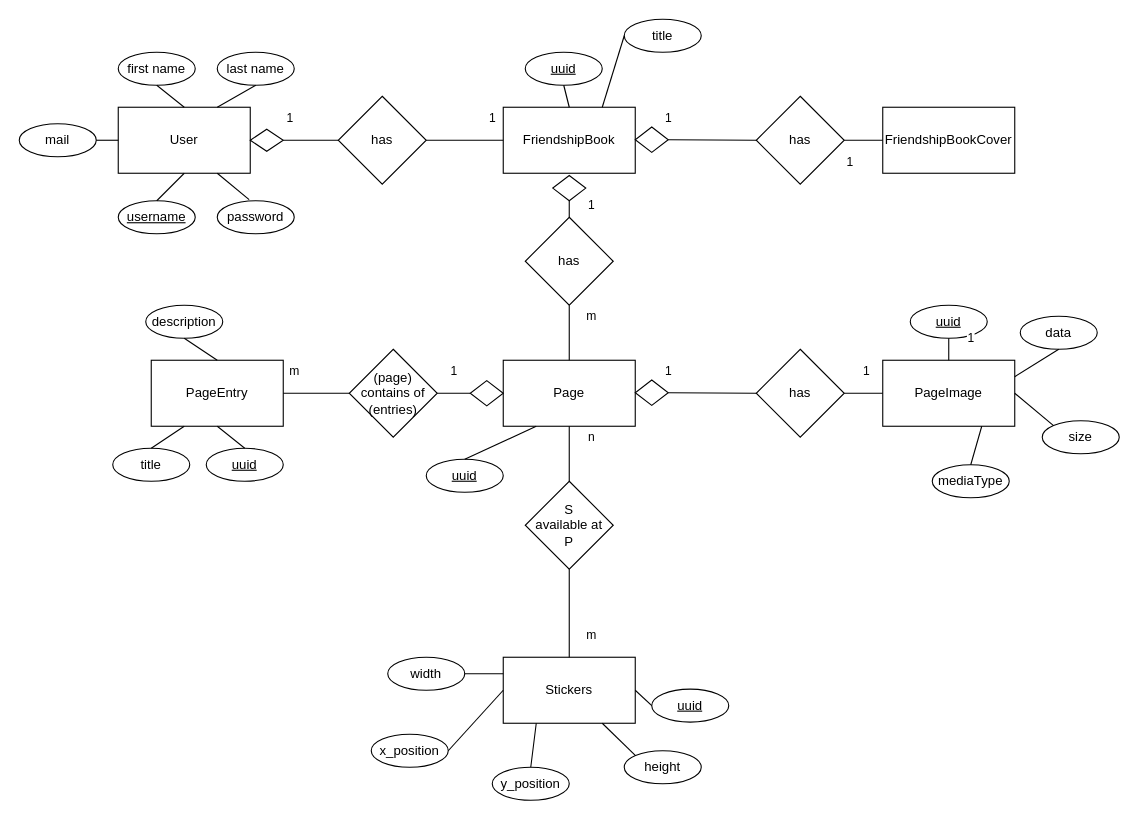
This is design/DatabaseERM.drawio from ninjeanne/bookly, a draw.io file, before an edit. Source tidied: cells renumbered, new cells numbered last; positions are measured from the earlier drawing's top-left corner, leaving out a move shared by most shapes. Both pictures are drawn from the tidied source at 110%, with x=0, y=0 at pixel (19, 19).
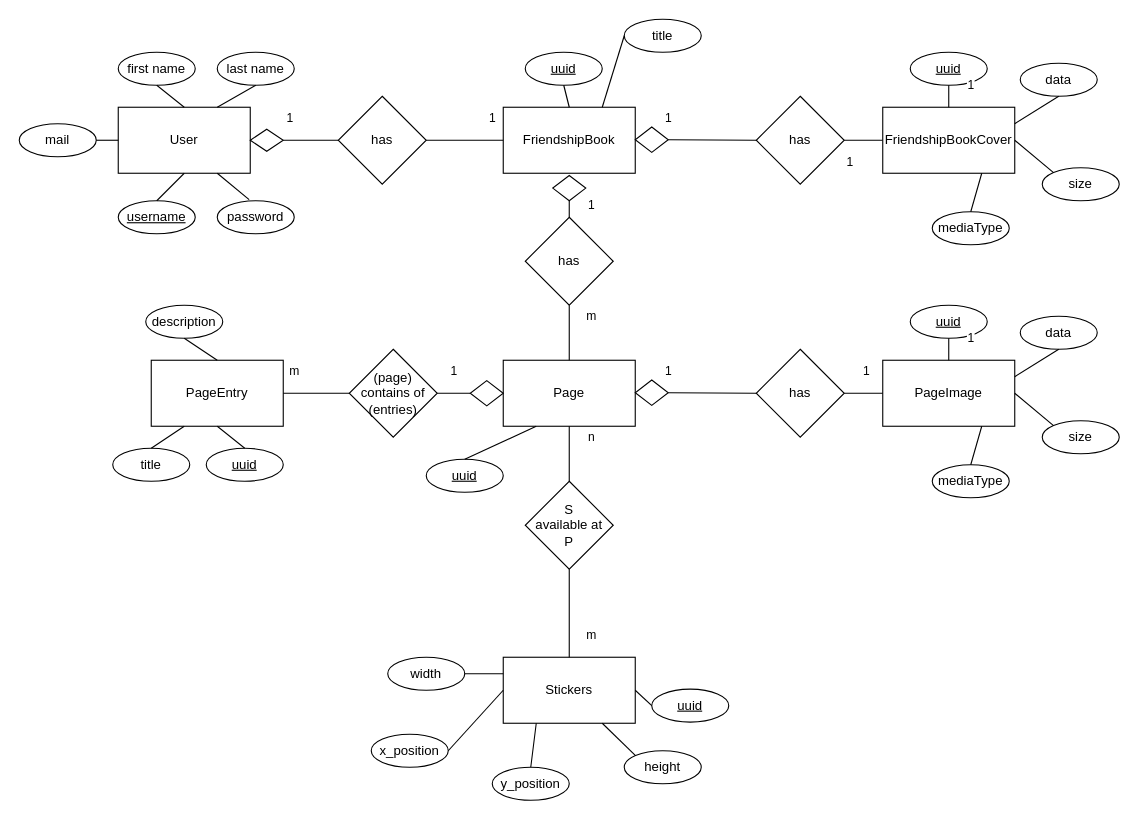
The same diagram, later.

Commit message (it also covers changes not shown here):
update database ERM

What changed in the source:
```diff
@@
-    <mxCell id="35" value="FriendshipBookCover" style="rounded=0;whiteSpace=wrap;html=1;" parent="1" vertex="1">
-      <mxGeometry x="785" y="80" width="120" height="60" as="geometry" />
-    </mxCell>
@@
+    <mxCell id="35" value="FriendshipBookCover" style="rounded=0;whiteSpace=wrap;html=1;" parent="1" vertex="1">
+      <mxGeometry x="785" y="80" width="120" height="60" as="geometry" />
+    </mxCell>
+    <mxCell id="72" value="&lt;u&gt;uuid&lt;/u&gt;" style="ellipse;whiteSpace=wrap;html=1;" parent="1" vertex="1">
+      <mxGeometry x="810" y="30" width="70" height="30" as="geometry" />
+    </mxCell>
+    <mxCell id="73" value="1" style="endArrow=none;html=1;exitX=0.5;exitY=1;exitDx=0;exitDy=0;entryX=0.5;entryY=0;entryDx=0;entryDy=0;" parent="1" edge="1" source="72" target="35">
+      <mxGeometry x="-1" y="20" relative="1" as="geometry" />
+    </mxCell>
+    <mxCell id="74" value="data" style="ellipse;whiteSpace=wrap;html=1;" parent="1" vertex="1">
+      <mxGeometry x="910" y="40" width="70" height="30" as="geometry" />
+    </mxCell>
+    <mxCell id="75" style="endArrow=none;html=1;exitX=0.5;exitY=1;exitDx=0;exitDy=0;entryX=1;entryY=0.25;entryDx=0;entryDy=0;" parent="1" edge="1" source="74" target="35">
+      <mxGeometry x="-1" y="20" relative="1" as="geometry" />
+    </mxCell>
+    <mxCell id="76" value="size" style="ellipse;whiteSpace=wrap;html=1;" parent="1" vertex="1">
+      <mxGeometry x="930" y="135" width="70" height="30" as="geometry" />
+    </mxCell>
+    <mxCell id="77" style="endArrow=none;html=1;exitX=0;exitY=0;exitDx=0;exitDy=0;entryX=1;entryY=0.5;entryDx=0;entryDy=0;" parent="1" edge="1" source="76" target="35">
+      <mxGeometry x="-1" y="20" relative="1" as="geometry" />
+    </mxCell>
+    <mxCell id="78" value="mediaType" style="ellipse;whiteSpace=wrap;html=1;" parent="1" vertex="1">
+      <mxGeometry x="830" y="175" width="70" height="30" as="geometry" />
+    </mxCell>
+    <mxCell id="79" style="endArrow=none;html=1;exitX=0.5;exitY=0;exitDx=0;exitDy=0;entryX=0.75;entryY=1;entryDx=0;entryDy=0;" parent="1" edge="1" source="78" target="35">
+      <mxGeometry x="-1" y="20" relative="1" as="geometry" />
+    </mxCell>
```
